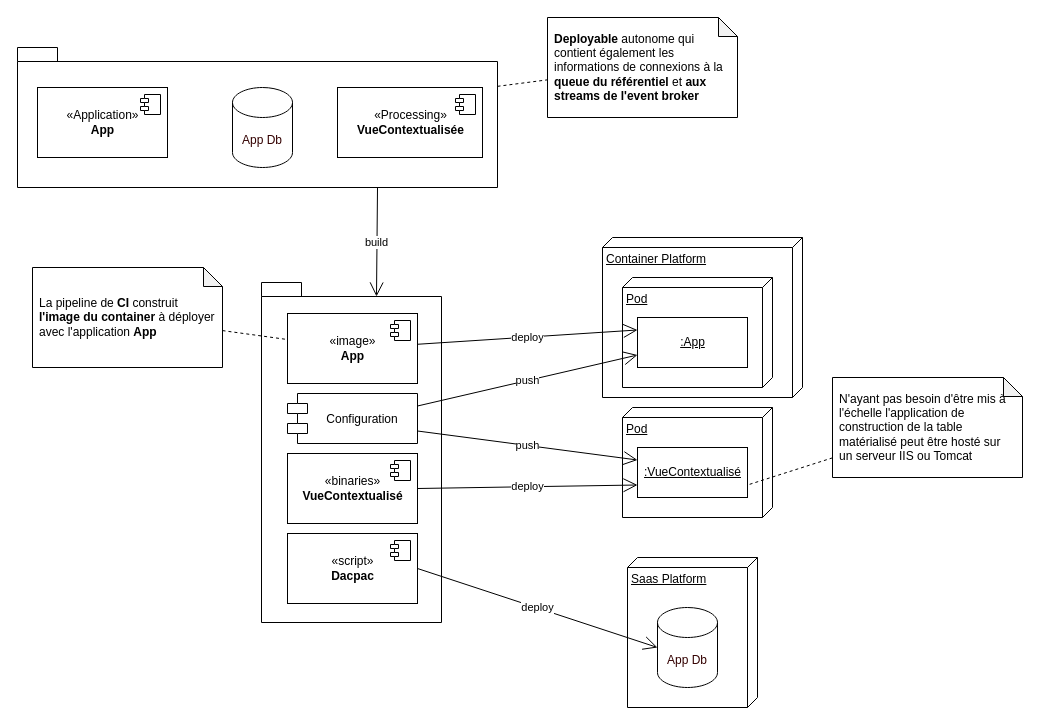
Earlier version of the draw.io diagram page "deploy-package" (10 of 10) of drafts/data-liberation.drawio (diplomegalo/event-driven). Source tidied: cells renumbered, new cells numbered last; positions are measured from the earlier drawing's top-left corner, leaving out a move shared by most shapes. Both pictures are drawn from the tidied source at 100%, with x=0, y=0 at pixel (17, 17).
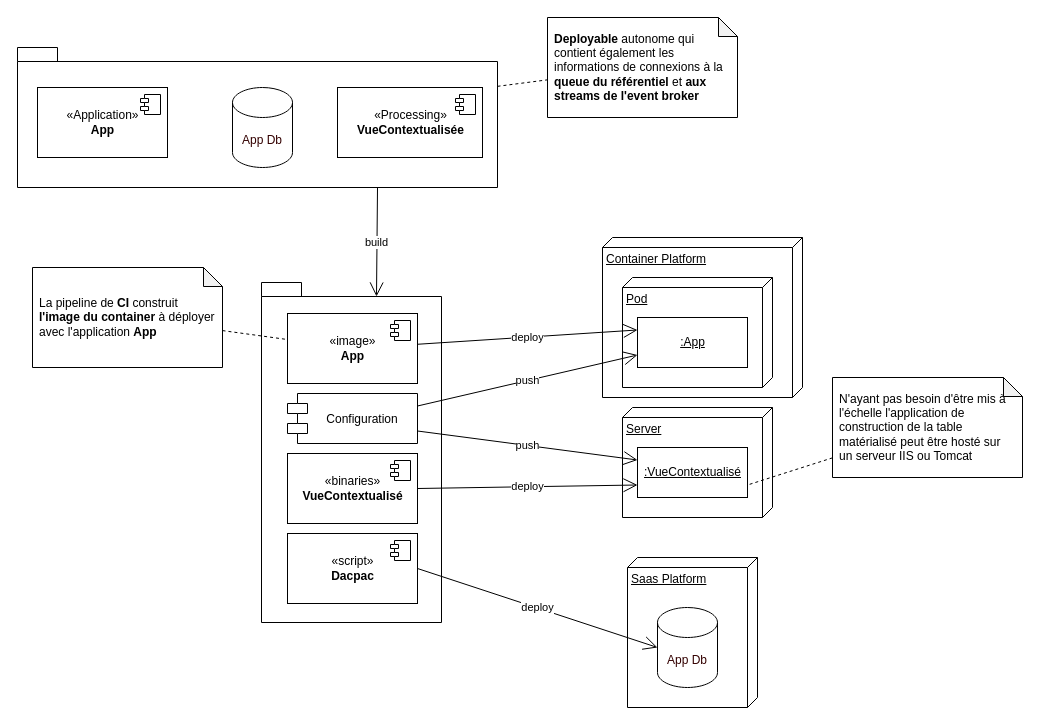
Above is the later version.

Change to the diagram source:
```diff
@@
-    <mxCell id="26" value="Pod" style="verticalAlign=top;align=left;spacingTop=8;spacingLeft=2;spacingRight=12;shape=cube;size=10;direction=south;fontStyle=4;html=1;fontColor=#000000;" parent="1" vertex="1">
+    <mxCell id="26" value="Server" style="verticalAlign=top;align=left;spacingTop=8;spacingLeft=2;spacingRight=12;shape=cube;size=10;direction=south;fontStyle=4;html=1;fontColor=#000000;" parent="1" vertex="1">
       <mxGeometry x="605" y="390" width="150" height="110" as="geometry" />
     </mxCell>
```
